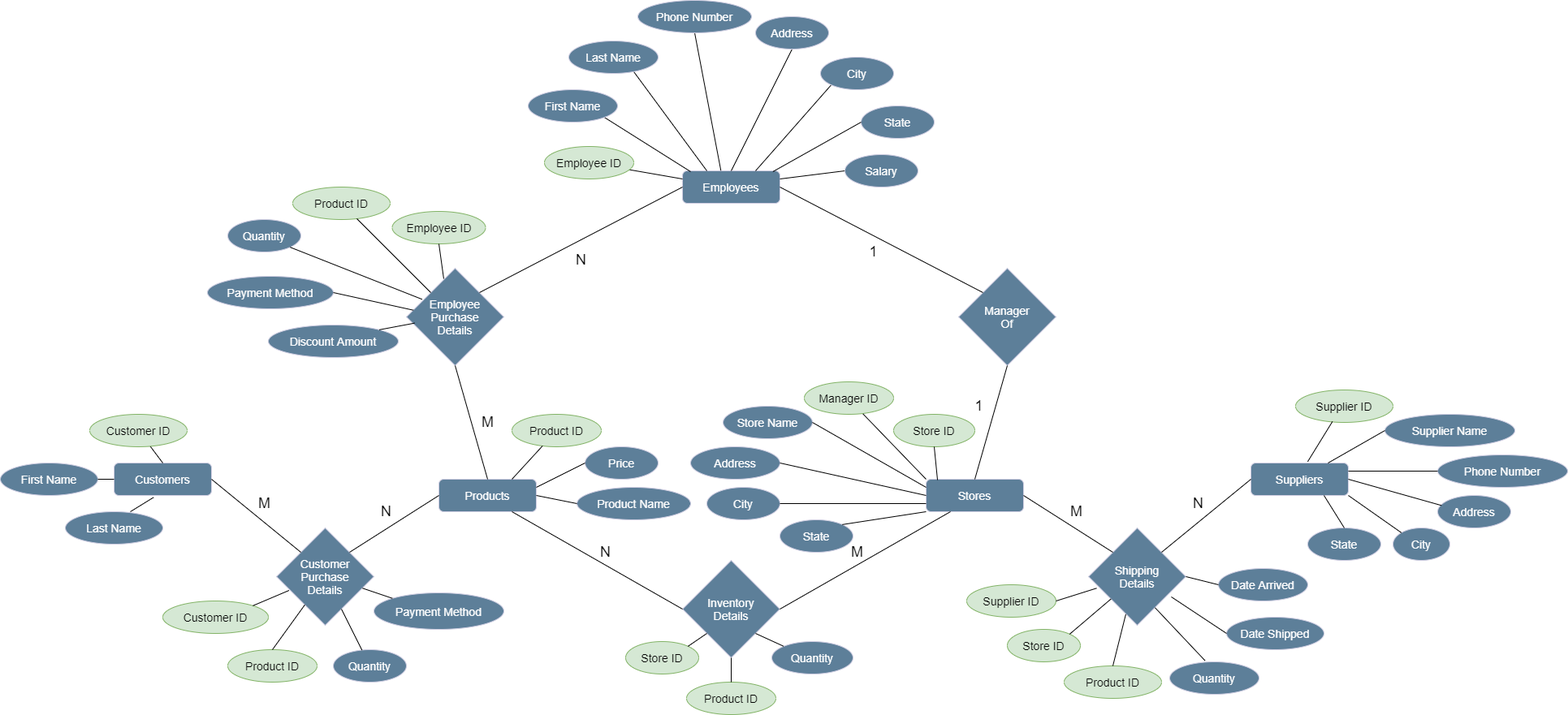
The draw.io diagram src/files/images/helpscreen/ERDiagram.png in DeliciousWaffle/MastersProject, before a commit. Source tidied: cells renumbered, new cells last; positions are measured from the earlier drawing's top-left corner, leaving out a move shared by most shapes.
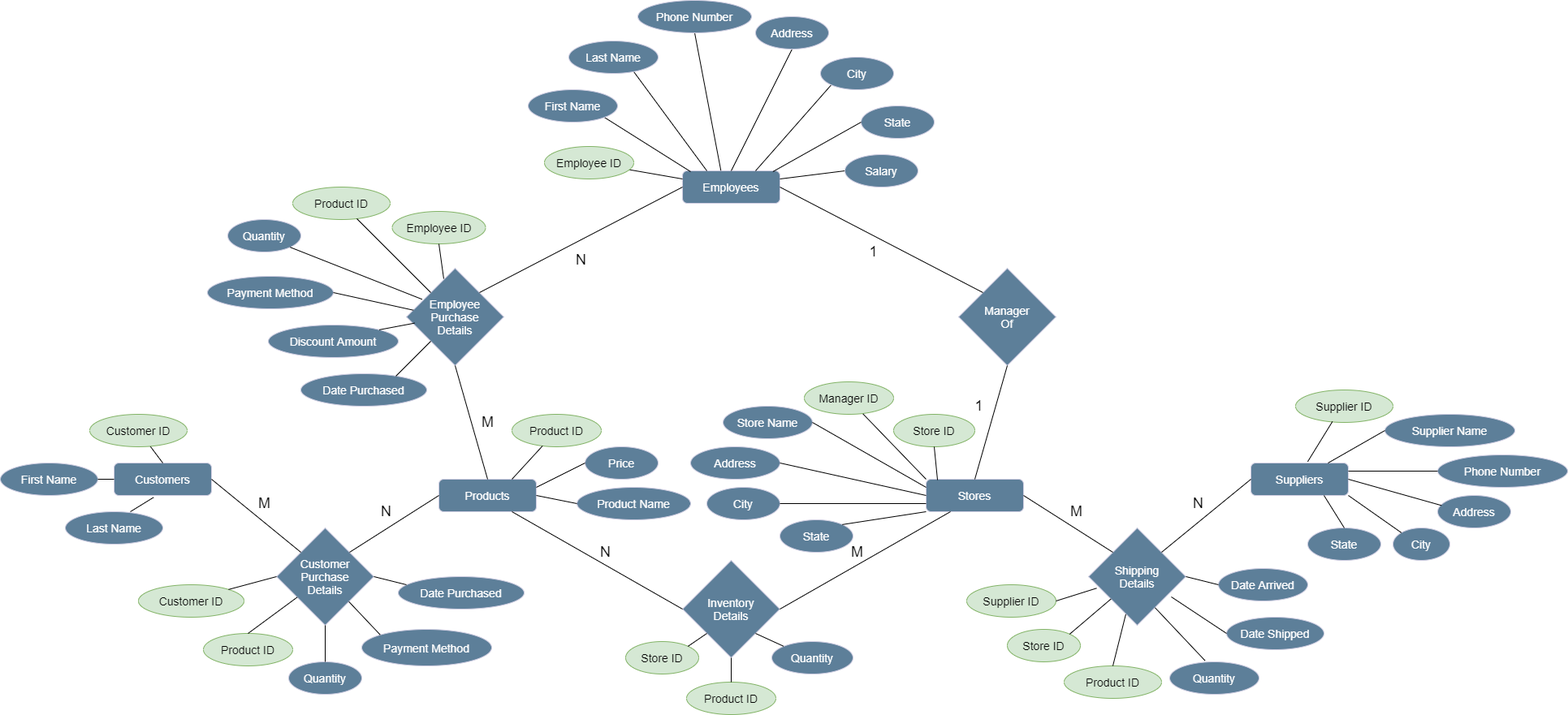
The same diagram one commit later.

The edit, as a diff of the source:
```diff
@@ -93,13 +93,13 @@
       <mxGeometry x="1040" y="670" width="30" height="20" as="geometry" />
     </mxCell>
     <mxCell id="32" value="Quantity" style="ellipse;whiteSpace=wrap;html=1;rounded=0;sketch=0;strokeColor=#D0CEE2;fillColor=#5D7F99;fontSize=14;fontColor=#FFFFFF;" parent="1" vertex="1">
-      <mxGeometry x="410" y="800" width="90" height="40" as="geometry" />
+      <mxGeometry x="355" y="815" width="90" height="40" as="geometry" />
     </mxCell>
     <mxCell id="33" value="Product Name" style="ellipse;whiteSpace=wrap;html=1;rounded=0;sketch=0;strokeColor=#D0CEE2;fillColor=#5D7F99;fontSize=14;fontColor=#FFFFFF;" parent="1" vertex="1">
       <mxGeometry x="710" y="600" width="140" height="40" as="geometry" />
     </mxCell>
     <mxCell id="34" value="Payment Method" style="ellipse;whiteSpace=wrap;html=1;rounded=0;sketch=0;strokeColor=#D0CEE2;fillColor=#5D7F99;fontSize=14;fontColor=#FFFFFF;" parent="1" vertex="1">
-      <mxGeometry x="460" y="730" width="160" height="45" as="geometry" />
+      <mxGeometry x="445" y="775" width="160" height="45" as="geometry" />
     </mxCell>
     <mxCell id="35" value="Price" style="ellipse;whiteSpace=wrap;html=1;rounded=0;sketch=0;strokeColor=#D0CEE2;fillColor=#5D7F99;fontSize=14;fontColor=#FFFFFF;" parent="1" vertex="1">
       <mxGeometry x="720" y="550" width="90" height="40" as="geometry" />
@@ -111,13 +111,13 @@
       <mxGeometry relative="1" as="geometry" />
     </mxCell>
     <mxCell id="38" value="Customer ID" style="ellipse;whiteSpace=wrap;html=1;rounded=0;sketch=0;strokeColor=#82b366;fillColor=#d5e8d4;fontSize=14;" parent="1" vertex="1">
-      <mxGeometry x="200" y="740" width="130" height="40" as="geometry" />
+      <mxGeometry x="170" y="720" width="130" height="40" as="geometry" />
     </mxCell>
     <mxCell id="39" value="Product ID" style="ellipse;whiteSpace=wrap;html=1;rounded=0;sketch=0;strokeColor=#82b366;fillColor=#d5e8d4;fontSize=14;" parent="1" vertex="1">
       <mxGeometry x="630" y="510" width="110" height="40" as="geometry" />
     </mxCell>
     <mxCell id="40" value="Product ID" style="ellipse;whiteSpace=wrap;html=1;rounded=0;sketch=0;strokeColor=#82b366;fillColor=#d5e8d4;fontSize=14;" parent="1" vertex="1">
-      <mxGeometry x="280" y="800" width="110" height="40" as="geometry" />
+      <mxGeometry x="250" y="780" width="110" height="40" as="geometry" />
     </mxCell>
     <mxCell id="41" value="Customer ID" style="ellipse;whiteSpace=wrap;html=1;rounded=0;sketch=0;strokeColor=#82b366;fillColor=#d5e8d4;fontSize=14;" parent="1" vertex="1">
       <mxGeometry x="110" y="510" width="120" height="40" as="geometry" />
@@ -134,7 +134,7 @@
     <mxCell id="45" style="endArrow=none;html=1;strokeColor=#000000;fontSize=14;fontColor=#FFFFFF;entryX=0.406;entryY=1.058;entryDx=0;entryDy=0;entryPerimeter=0;exitX=0.667;exitY=0;exitDx=0;exitDy=0;exitPerimeter=0;" parent="1" edge="1" source="43" target="3">
       <mxGeometry relative="1" as="geometry" />
     </mxCell>
-    <mxCell id="46" style="endArrow=none;html=1;strokeColor=#000000;fontSize=14;fontColor=#FFFFFF;entryX=0.128;entryY=0.642;entryDx=0;entryDy=0;entryPerimeter=0;exitX=1;exitY=0;exitDx=0;exitDy=0;" parent="1" edge="1" source="38" target="2">
+    <mxCell id="46" style="endArrow=none;html=1;strokeColor=#000000;fontSize=14;fontColor=#FFFFFF;entryX=0;entryY=0.5;entryDx=0;entryDy=0;exitX=1;exitY=0;exitDx=0;exitDy=0;" parent="1" edge="1" source="38" target="2">
       <mxGeometry relative="1" as="geometry" />
     </mxCell>
     <mxCell id="47" style="endArrow=none;html=1;strokeColor=#000000;fontSize=14;fontColor=#FFFFFF;exitX=0;exitY=0.25;exitDx=0;exitDy=0;" parent="1" edge="1" source="5" target="87">
@@ -164,7 +164,7 @@
     <mxCell id="55" style="endArrow=none;html=1;strokeColor=#000000;fontSize=14;fontColor=#FFFFFF;" parent="1" edge="1" source="2" target="32">
       <mxGeometry relative="1" as="geometry" />
     </mxCell>
-    <mxCell id="56" style="endArrow=none;html=1;strokeColor=#000000;fontSize=14;fontColor=#FFFFFF;exitX=0.883;exitY=0.619;exitDx=0;exitDy=0;exitPerimeter=0;entryX=0;entryY=0;entryDx=0;entryDy=0;" parent="1" edge="1" source="2" target="34">
+    <mxCell id="56" style="endArrow=none;html=1;strokeColor=#000000;fontSize=14;fontColor=#FFFFFF;entryX=0;entryY=0;entryDx=0;entryDy=0;" parent="1" edge="1" source="2" target="34">
       <mxGeometry relative="1" as="geometry" />
     </mxCell>
     <mxCell id="57" style="endArrow=none;html=1;strokeColor=#000000;fontSize=14;fontColor=#FFFFFF;exitX=0.5;exitY=0;exitDx=0;exitDy=0;" parent="1" edge="1" source="40" target="2">
@@ -356,5 +356,19 @@
     <mxCell id="119" style="endArrow=none;html=1;strokeColor=#000000;fontSize=14;fontColor=#FFFFFF;exitX=0;exitY=0.5;exitDx=0;exitDy=0;entryX=1;entryY=0.5;entryDx=0;entryDy=0;" parent="1" edge="1" source="69" target="10">
       <mxGeometry relative="1" as="geometry" />
     </mxCell>
+    <mxCell id="120" value="Date Purchased" style="ellipse;whiteSpace=wrap;html=1;rounded=0;sketch=0;strokeColor=#D0CEE2;fillColor=#5D7F99;fontSize=14;fontColor=#FFFFFF;" parent="1" vertex="1">
+      <mxGeometry x="490" y="710" width="155" height="40" as="geometry" />
+    </mxCell>
+    <mxCell id="121" style="endArrow=none;html=1;entryX=1;entryY=0.5;entryDx=0;entryDy=0;" parent="1" edge="1" target="2">
+      <mxGeometry relative="1" as="geometry">
+        <mxPoint x="500" y="720" as="sourcePoint" />
+      </mxGeometry>
+    </mxCell>
+    <mxCell id="122" value="Date Purchased" style="ellipse;whiteSpace=wrap;html=1;rounded=0;sketch=0;strokeColor=#D0CEE2;fillColor=#5D7F99;fontSize=14;fontColor=#FFFFFF;" parent="1" vertex="1">
+      <mxGeometry x="370" y="460" width="155" height="40" as="geometry" />
+    </mxCell>
+    <mxCell id="123" style="endArrow=none;html=1;entryX=0;entryY=1;entryDx=0;entryDy=0;exitX=0.755;exitY=0.075;exitDx=0;exitDy=0;exitPerimeter=0;" parent="1" edge="1" source="122" target="7">
+      <mxGeometry relative="1" as="geometry" />
+    </mxCell>
   </root>
 </mxGraphModel>
```
